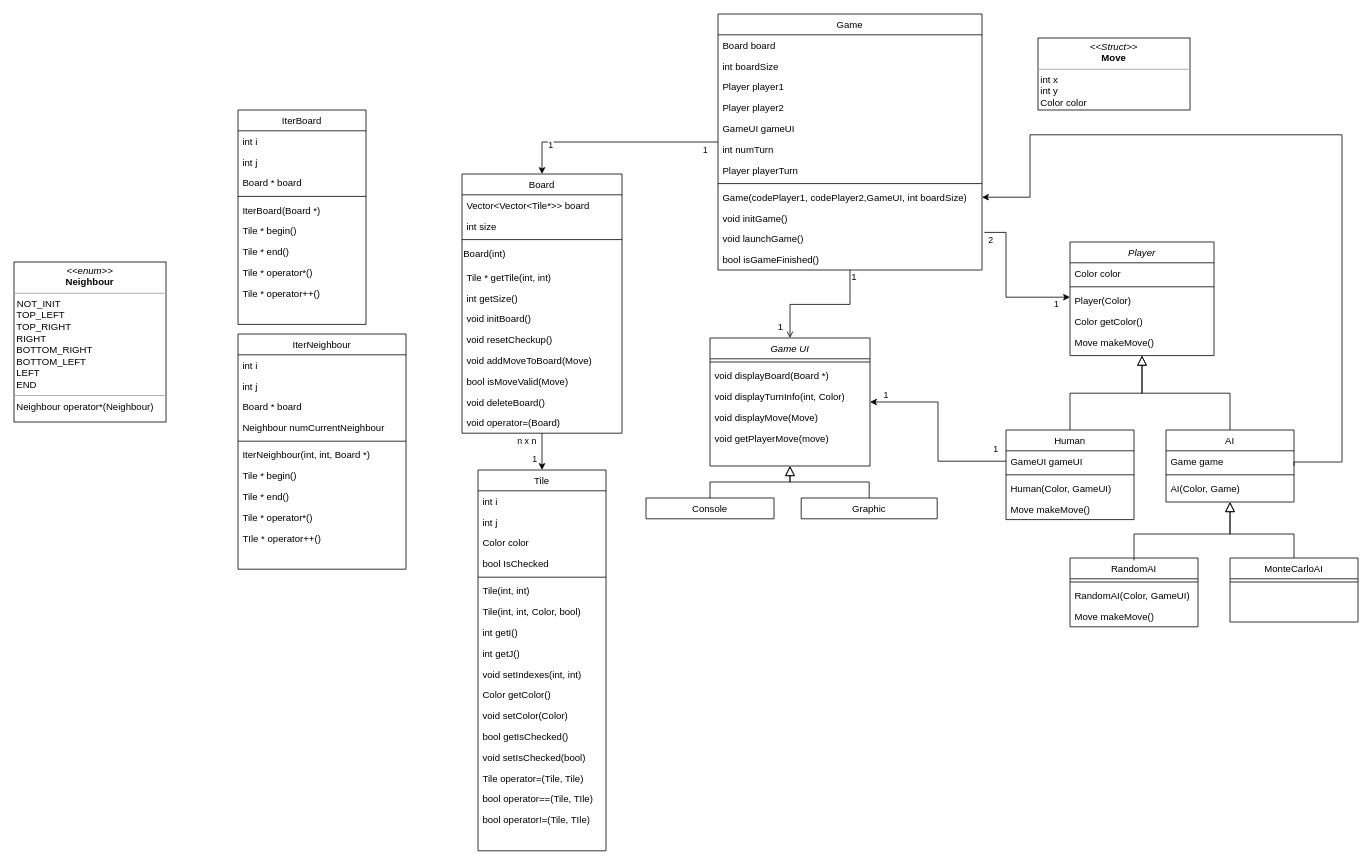
The draw.io diagram doc/UMLdiagram.drawio in leduqueadrien/Hex, before the edit. Source tidied: cells renumbered, new cells numbered last; positions are measured from the earlier drawing's top-left corner, leaving out a move shared by most shapes. Both pictures are drawn from the tidied source at 80%, with x=0, y=0 at pixel (14, 14).
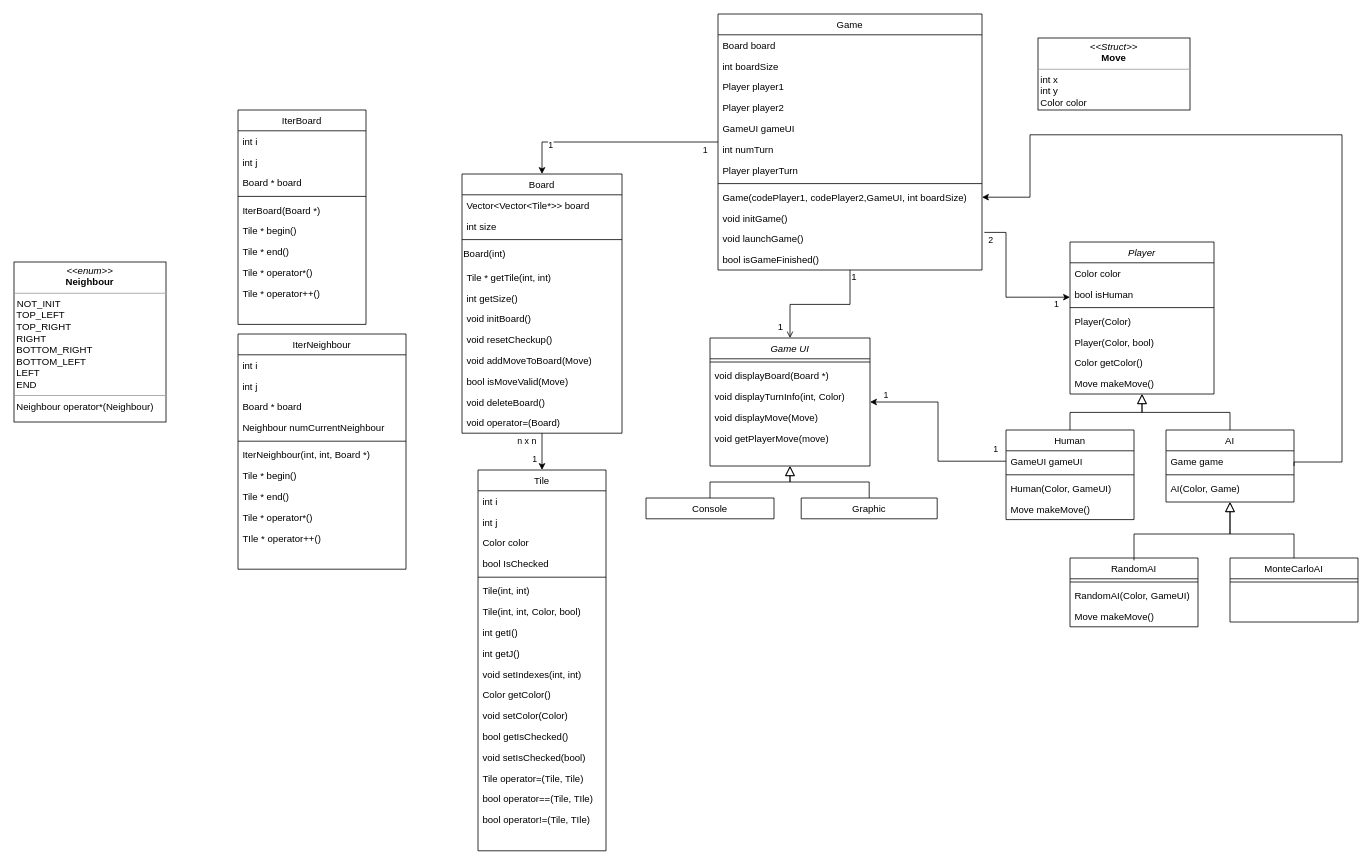
After the change.

Commit message (it also covers changes not shown here):
add the isHuman property

Diff of the diagram source:
```diff
@@
     <mxCell id="5" value="Player" style="swimlane;fontStyle=2;align=center;verticalAlign=top;horizontal=1;startSize=26;rounded=0;shadow=0;strokeWidth=1;" parent="1" vertex="1">
-      <mxGeometry x="1320" y="285" width="180" height="142" as="geometry" />
+      <mxGeometry x="1320" y="285" width="180" height="190" as="geometry" />
     </mxCell>
@@
+    <mxCell id="119" value="bool isHuman" style="text;align=left;verticalAlign=top;spacingLeft=4;spacingRight=4;overflow=hidden;" parent="5" vertex="1">
+      <mxGeometry y="52" width="180" height="26" as="geometry" />
+    </mxCell>
     <mxCell id="7" style="line;html=1;strokeWidth=1;align=left;verticalAlign=middle;spacingTop=-1;spacingLeft=3;spacingRight=3;labelPosition=right;" parent="5" vertex="1">
-      <mxGeometry y="52" width="180" height="8" as="geometry" />
+      <mxGeometry y="78" width="180" height="8" as="geometry" />
     </mxCell>
     <mxCell id="8" value="Player(Color)" style="text;align=left;verticalAlign=top;spacingLeft=4;spacingRight=4;overflow=hidden;" parent="5" vertex="1">
-      <mxGeometry y="60" width="180" height="26" as="geometry" />
+      <mxGeometry y="86" width="180" height="26" as="geometry" />
     </mxCell>
+    <mxCell id="120" value="Player(Color, bool)" style="text;align=left;verticalAlign=top;spacingLeft=4;spacingRight=4;overflow=hidden;" parent="5" vertex="1">
+      <mxGeometry y="112" width="180" height="26" as="geometry" />
+    </mxCell>
     <mxCell id="9" value="Color getColor()" style="text;align=left;verticalAlign=top;spacingLeft=4;spacingRight=4;overflow=hidden;" parent="5" vertex="1">
-      <mxGeometry y="86" width="180" height="26" as="geometry" />
+      <mxGeometry y="138" width="180" height="26" as="geometry" />
     </mxCell>
     <mxCell id="10" value="Move makeMove()" style="text;align=left;verticalAlign=top;spacingLeft=4;spacingRight=4;overflow=hidden;" parent="5" vertex="1">
-      <mxGeometry y="112" width="180" height="26" as="geometry" />
+      <mxGeometry y="164" width="180" height="26" as="geometry" />
     </mxCell>
```
